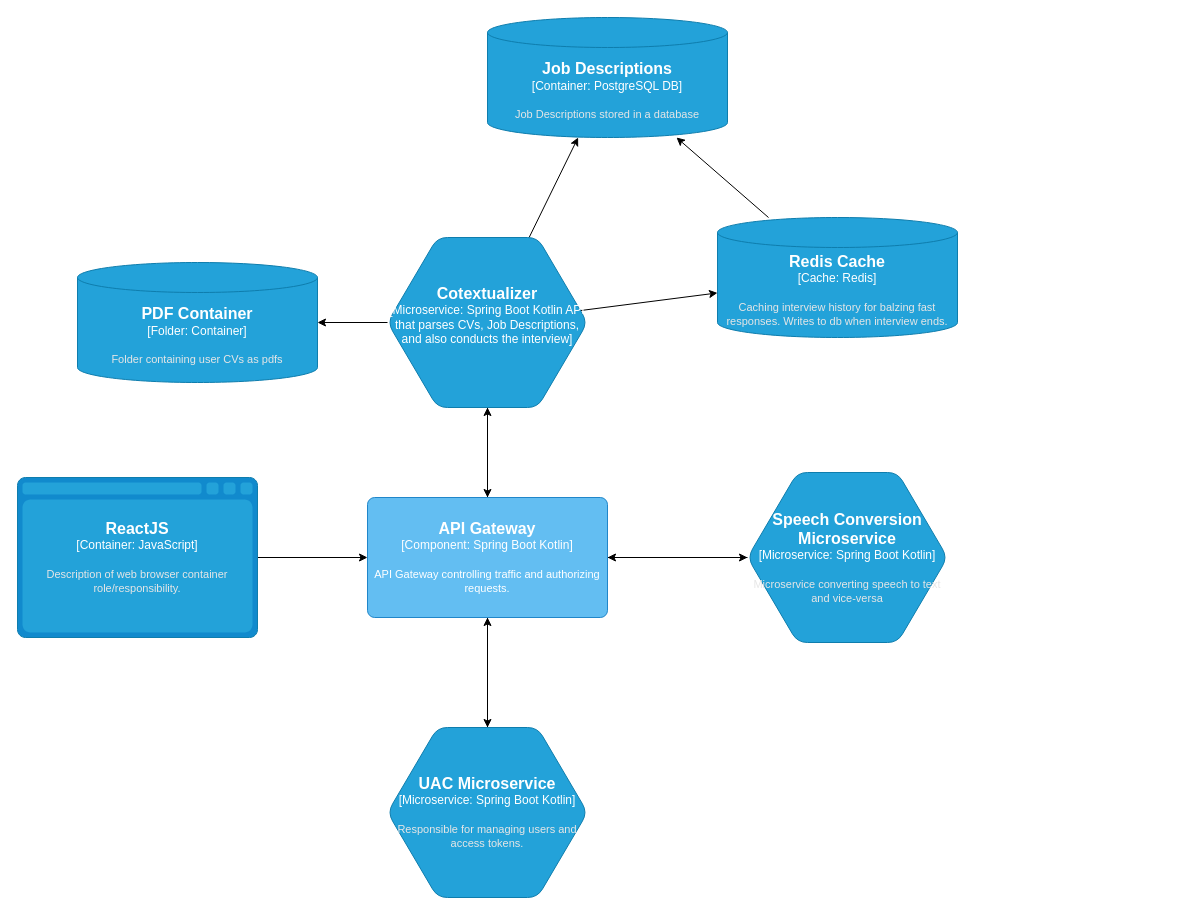
Above: page "System Architecture" (5 of 7) of licenta.drawio in Sory-Noroc/Smart-Interview-Coach (draw.io), before the change. Source tidied: cells renumbered, new cells numbered last; positions are measured from the earlier drawing's top-left corner, leaving out a move shared by most shapes. Both pictures are drawn from the tidied source at 100%, with x=0, y=0 at pixel (17, 17).
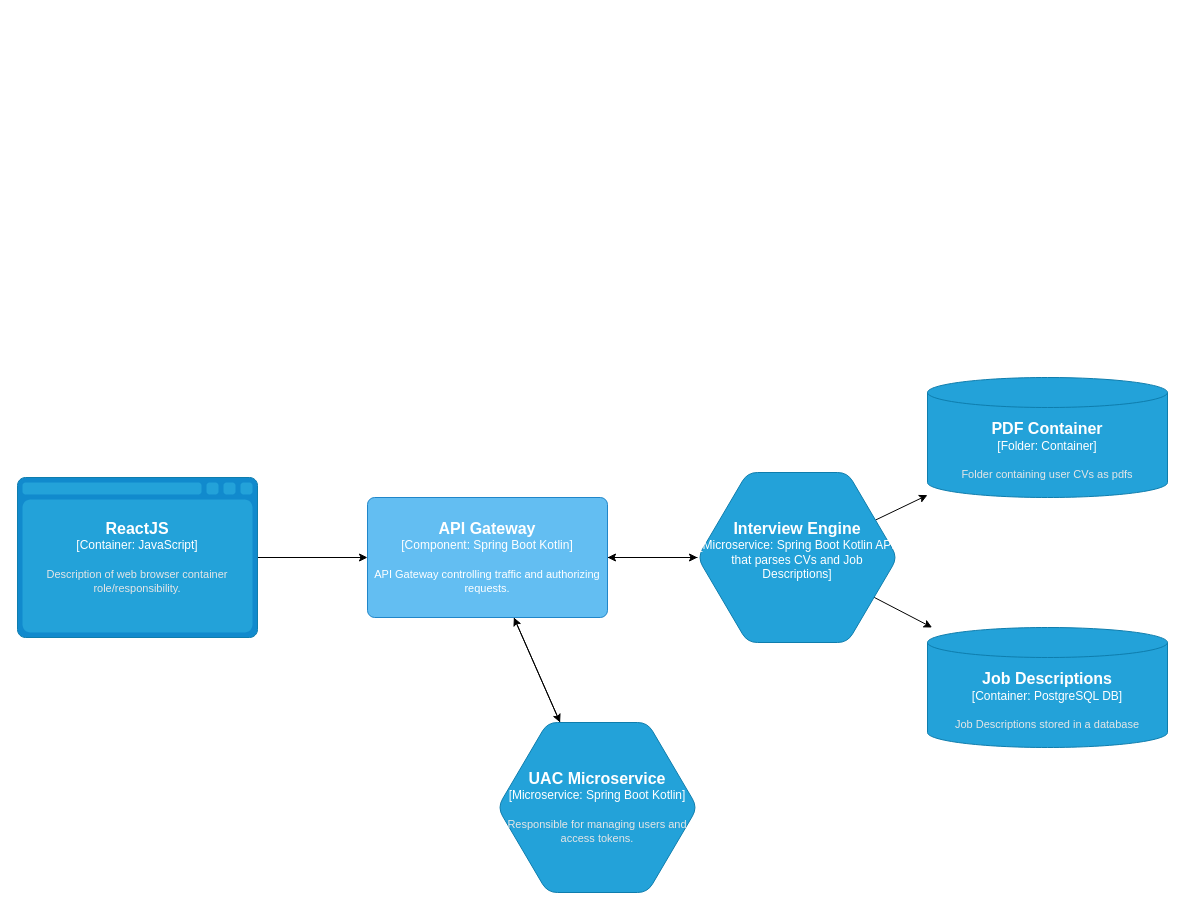
The same diagram, later.

The change refers to these unchanged cells:
```xml
<object id="14" label="&lt;font style=&quot;font-size: 16px&quot;&gt;&lt;b&gt;%c4Name%&lt;/b&gt;&lt;/font&gt;&lt;div&gt;[%c4Type%: %c4Technology%]&lt;/div&gt;&lt;br&gt;&lt;div&gt;&lt;font style=&quot;font-size: 11px&quot;&gt;%c4Description%&lt;/font&gt;&lt;/div&gt;" c4Description="API Gateway controlling traffic and authorizing requests." c4Name="API Gateway" c4Technology="Spring Boot Kotlin" c4Type="Component" placeholders="1">
  <mxCell style="rounded=1;whiteSpace=wrap;html=1;labelBackgroundColor=none;fillColor=#63BEF2;fontColor=#ffffff;align=center;arcSize=6;strokeColor=#2086C9;points=[[0.25,0,0],[0.5,0,0],[0.75,0,0],[1,0.25,0],[1,0.5,0],[1,0.75,0],[0.75,1,0],[0.5,1,0],[0.25,1,0],[0,0.75,0],[0,0.5,0],[0,0.25,0]];" parent="1" vertex="1">
    <mxGeometry x="350" y="480" width="240" height="120" as="geometry" />
  </mxCell>
</object>
```

What changed in the source:
```diff
@@
-    <mxCell id="7" style="rounded=0;jettySize=auto;html=1;" parent="1" edge="1" source="8" target="20">
-      <mxGeometry relative="1" as="geometry" />
-    </mxCell>
-    <object id="8" label="&lt;font style=&quot;font-size: 16px&quot;&gt;&lt;b&gt;%c4Name%&lt;/b&gt;&lt;/font&gt;&lt;div&gt;[%c4Type%:&amp;nbsp;%c4Technology%]&lt;/div&gt;&lt;br&gt;&lt;div&gt;&lt;font style=&quot;font-size: 11px&quot;&gt;&lt;font color=&quot;#E6E6E6&quot;&gt;%c4Description%&lt;/font&gt;&lt;/div&gt;" c4Description="" c4Name="Cotextualizer" c4Technology="Spring Boot Kotlin API that parses CVs, Job Descriptions, and also conducts the interview" c4Type="Microservice" placeholders="1">
+    <object id="8" label="&lt;font style=&quot;font-size: 16px&quot;&gt;&lt;b&gt;%c4Name%&lt;/b&gt;&lt;/font&gt;&lt;div&gt;[%c4Type%:&amp;nbsp;%c4Technology%]&lt;/div&gt;&lt;br&gt;&lt;div&gt;&lt;font style=&quot;font-size: 11px&quot;&gt;&lt;font color=&quot;#E6E6E6&quot;&gt;%c4Description%&lt;/font&gt;&lt;/div&gt;" c4Description="" c4Name="Interview Engine" c4Technology="Spring Boot Kotlin API that parses CVs and Job Descriptions" c4Type="Microservice" placeholders="1">
       <mxCell style="shape=hexagon;size=50;perimeter=hexagonPerimeter2;whiteSpace=wrap;html=1;fixedSize=1;rounded=1;labelBackgroundColor=none;fillColor=#23A2D9;fontSize=12;fontColor=#ffffff;align=center;strokeColor=#0E7DAD;points=[[0.5,0,0],[1,0.25,0],[1,0.5,0],[1,0.75,0],[0.5,1,0],[0,0.75,0],[0,0.5,0],[0,0.25,0]];" parent="1" vertex="1">
-        <mxGeometry x="370" y="220" width="200" height="170" as="geometry" />
+        <mxGeometry x="680" y="455" width="200" height="170" as="geometry" />
       </mxCell>
     </object>
-    <mxCell id="9" style="edgeStyle=none;rounded=0;jettySize=auto;html=1;" parent="1" edge="1" source="10" target="14">
-      <mxGeometry relative="1" as="geometry" />
-    </mxCell>
-    <object id="10" label="&lt;font style=&quot;font-size: 16px&quot;&gt;&lt;b&gt;%c4Name%&lt;/b&gt;&lt;/font&gt;&lt;div&gt;[%c4Type%:&amp;nbsp;%c4Technology%]&lt;/div&gt;&lt;br&gt;&lt;div&gt;&lt;font style=&quot;font-size: 11px&quot;&gt;&lt;font color=&quot;#E6E6E6&quot;&gt;%c4Description%&lt;/font&gt;&lt;/div&gt;" c4Description="Microservice converting speech to text and vice-versa" c4Name="Speech Conversion Microservice" c4Technology="Spring Boot Kotlin" c4Type="Microservice" placeholders="1">
-      <mxCell style="shape=hexagon;size=50;perimeter=hexagonPerimeter2;whiteSpace=wrap;html=1;fixedSize=1;rounded=1;labelBackgroundColor=none;fillColor=#23A2D9;fontSize=12;fontColor=#ffffff;align=center;strokeColor=#0E7DAD;points=[[0.5,0,0],[1,0.25,0],[1,0.5,0],[1,0.75,0],[0.5,1,0],[0,0.75,0],[0,0.5,0],[0,0.25,0]];" parent="1" vertex="1">
-        <mxGeometry x="730" y="455" width="200" height="170" as="geometry" />
-      </mxCell>
-    </object>
-    <mxCell id="11" style="edgeStyle=none;rounded=0;jettySize=auto;html=1;" parent="1" edge="1" source="14" target="10">
-      <mxGeometry relative="1" as="geometry" />
-    </mxCell>
@@
     <object id="16" label="&lt;font style=&quot;font-size: 16px&quot;&gt;&lt;b&gt;%c4Name%&lt;/b&gt;&lt;/font&gt;&lt;div&gt;[%c4Type%:&amp;nbsp;%c4Technology%]&lt;/div&gt;&lt;br&gt;&lt;div&gt;&lt;font style=&quot;font-size: 11px&quot;&gt;&lt;font color=&quot;#E6E6E6&quot;&gt;%c4Description%&lt;/font&gt;&lt;/div&gt;" c4Description="Responsible for managing users and access tokens." c4Name="UAC Microservice" c4Technology="Spring Boot Kotlin" c4Type="Microservice" placeholders="1">
       <mxCell style="shape=hexagon;size=50;perimeter=hexagonPerimeter2;whiteSpace=wrap;html=1;fixedSize=1;rounded=1;labelBackgroundColor=none;fillColor=#23A2D9;fontSize=12;fontColor=#ffffff;align=center;strokeColor=#0E7DAD;points=[[0.5,0,0],[1,0.25,0],[1,0.5,0],[1,0.75,0],[0.5,1,0],[0,0.75,0],[0,0.5,0],[0,0.25,0]];" parent="1" vertex="1">
-        <mxGeometry x="370" y="710" width="200" height="170" as="geometry" />
+        <mxGeometry x="480" y="705" width="200" height="170" as="geometry" />
       </mxCell>
     </object>
     <object id="17" label="&lt;font style=&quot;font-size: 16px&quot;&gt;&lt;b&gt;%c4Name%&lt;/b&gt;&lt;/font&gt;&lt;div&gt;[%c4Type%:&amp;nbsp;%c4Technology%]&lt;/div&gt;&lt;br&gt;&lt;div&gt;&lt;font style=&quot;font-size: 11px&quot;&gt;&lt;font color=&quot;#E6E6E6&quot;&gt;%c4Description%&lt;/font&gt;&lt;/div&gt;" c4Description="Folder containing user CVs as pdfs" c4Name="PDF Container" c4Technology="Container" c4Type="Folder" placeholders="1">
       <mxCell style="shape=cylinder3;size=15;whiteSpace=wrap;html=1;boundedLbl=1;rounded=0;labelBackgroundColor=none;fillColor=#23A2D9;fontSize=12;fontColor=#ffffff;align=center;strokeColor=#0E7DAD;points=[[0.5,0,0],[1,0.25,0],[1,0.5,0],[1,0.75,0],[0.5,1,0],[0,0.75,0],[0,0.5,0],[0,0.25,0]];" parent="1" vertex="1">
-        <mxGeometry x="60" y="245" width="240" height="120" as="geometry" />
+        <mxGeometry x="910" y="360" width="240" height="120" as="geometry" />
       </mxCell>
     </object>
     <object id="18" label="&lt;font style=&quot;font-size: 16px&quot;&gt;&lt;b&gt;%c4Name%&lt;/b&gt;&lt;/font&gt;&lt;div&gt;[%c4Type%:&amp;nbsp;%c4Technology%]&lt;/div&gt;&lt;br&gt;&lt;div&gt;&lt;font style=&quot;font-size: 11px&quot;&gt;&lt;font color=&quot;#E6E6E6&quot;&gt;%c4Description%&lt;/font&gt;&lt;/div&gt;" c4Description="Job Descriptions stored in a database" c4Name="Job Descriptions" c4Technology="PostgreSQL DB" c4Type="Container" placeholders="1">
       <mxCell style="shape=cylinder3;size=15;whiteSpace=wrap;html=1;boundedLbl=1;rounded=0;labelBackgroundColor=none;fillColor=#23A2D9;fontSize=12;fontColor=#ffffff;align=center;strokeColor=#0E7DAD;points=[[0.5,0,0],[1,0.25,0],[1,0.5,0],[1,0.75,0],[0.5,1,0],[0,0.75,0],[0,0.5,0],[0,0.25,0]];" parent="1" vertex="1">
-        <mxGeometry x="470" width="240" height="120" as="geometry" />
+        <mxGeometry x="910" y="610" width="240" height="120" as="geometry" />
       </mxCell>
     </object>
-    <mxCell id="19" style="rounded=0;jettySize=auto;html=1;" parent="1" edge="1" source="20" target="18">
-      <mxGeometry relative="1" as="geometry" />
-    </mxCell>
-    <object id="20" label="&lt;font style=&quot;font-size: 16px&quot;&gt;&lt;b&gt;%c4Name%&lt;/b&gt;&lt;/font&gt;&lt;div&gt;[%c4Type%:&amp;nbsp;%c4Technology%]&lt;/div&gt;&lt;br&gt;&lt;div&gt;&lt;font style=&quot;font-size: 11px&quot;&gt;&lt;font color=&quot;#E6E6E6&quot;&gt;%c4Description%&lt;/font&gt;&lt;/div&gt;" c4Description="Caching interview history for balzing fast responses. Writes to db when interview ends." c4Name="Redis Cache" c4Technology="Redis" c4Type="Cache" placeholders="1">
-      <mxCell style="shape=cylinder3;size=15;whiteSpace=wrap;html=1;boundedLbl=1;rounded=0;labelBackgroundColor=none;fillColor=#23A2D9;fontSize=12;fontColor=#ffffff;align=center;strokeColor=#0E7DAD;points=[[0.5,0,0],[1,0.25,0],[1,0.5,0],[1,0.75,0],[0.5,1,0],[0,0.75,0],[0,0.5,0],[0,0.25,0]];" parent="1" vertex="1">
-        <mxGeometry x="700" y="200" width="240" height="120" as="geometry" />
-      </mxCell>
-    </object>
```
